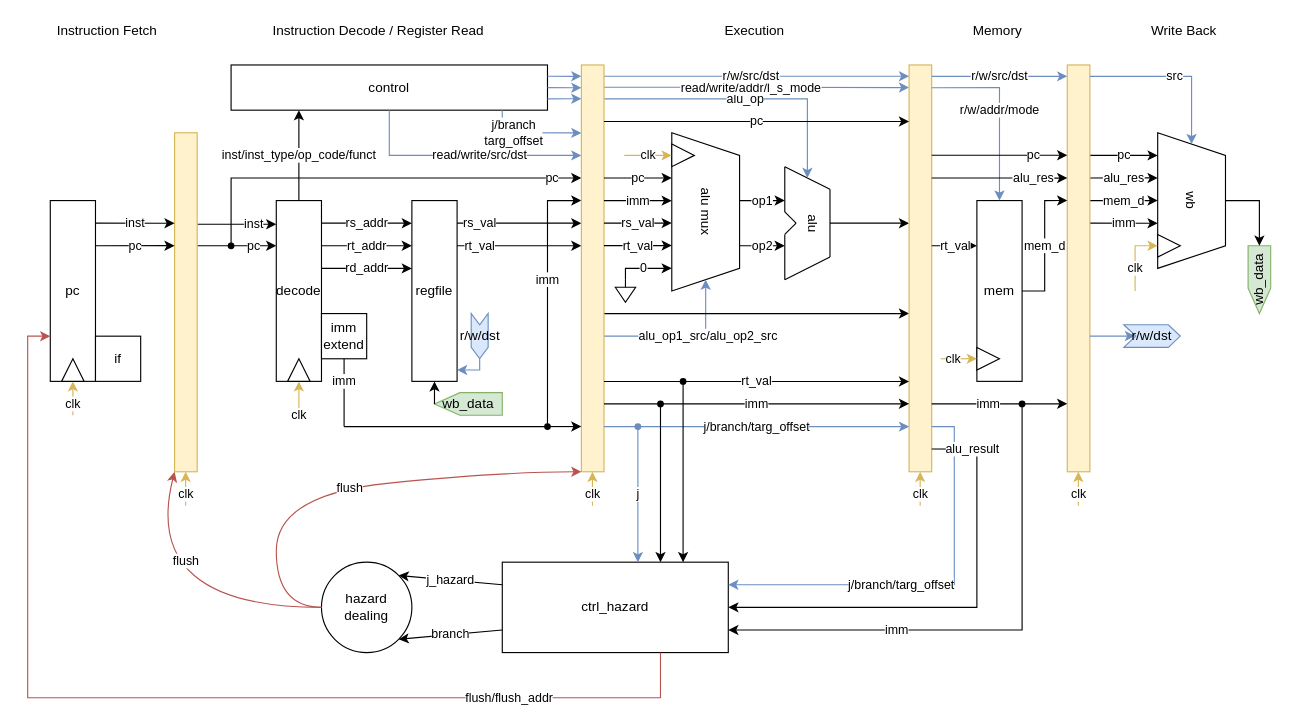
Earlier version of the draw.io diagram assets/PipelineCtrlHazard.drawio (junyang-zh/HeliumCPUv2-MIPS32). Source tidied: cells renumbered, new cells numbered last; positions are measured from the earlier drawing's top-left corner, leaving out a move shared by most shapes. Both pictures are drawn from the tidied source at 113%, with x=0, y=0 at pixel (27, 19).
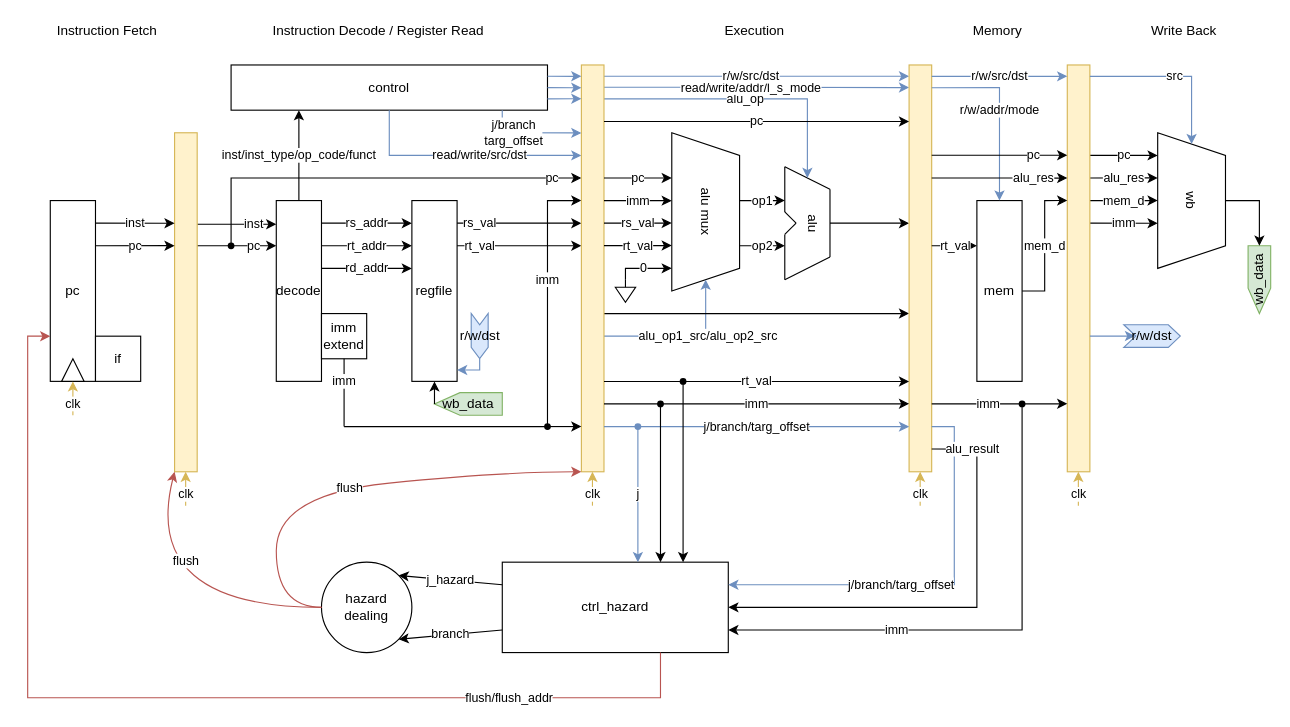
After the change.

Commit message (it also covers changes not shown here):
upd pipeline figure

The edit, as a diff of the source:
```diff
@@
-    <mxCell id="57" style="triangle;whiteSpace=wrap;html=1;rotation=-90;" parent="1" vertex="1">
-      <mxGeometry x="230" y="300" width="20" height="20" as="geometry" />
-    </mxCell>
-    <mxCell id="58" style="triangle;whiteSpace=wrap;html=1;rotation=0;" parent="1" vertex="1">
-      <mxGeometry x="840" y="290" width="20" height="20" as="geometry" />
-    </mxCell>
-    <mxCell id="59" style="triangle;whiteSpace=wrap;html=1;rotation=0;" parent="1" vertex="1">
-      <mxGeometry x="570" y="110" width="20" height="20" as="geometry" />
-    </mxCell>
@@
-    <mxCell id="61" style="triangle;whiteSpace=wrap;html=1;rotation=0;" parent="1" vertex="1">
-      <mxGeometry x="1000" y="190" width="20" height="20" as="geometry" />
-    </mxCell>
-    <mxCell id="62" value="clk" style="endArrow=classic;html=1;rounded=0;fillColor=#fff2cc;strokeColor=#d6b656;entryX=0;entryY=0.5;entryDx=0;entryDy=0;" parent="1" edge="1" target="57">
-      <mxGeometry x="-1" relative="1" as="geometry">
-        <mxPoint x="240" y="350" as="sourcePoint" />
-      </mxGeometry>
-    </mxCell>
-    <mxCell id="63" value="clk" style="endArrow=classic;html=1;rounded=0;fillColor=#fff2cc;strokeColor=#d6b656;entryX=0;entryY=0.5;entryDx=0;entryDy=0;" parent="1" edge="1" target="59">
-      <mxGeometry relative="1" as="geometry">
-        <mxPoint x="528" y="120" as="sourcePoint" />
-      </mxGeometry>
-    </mxCell>
-    <mxCell id="64" value="clk" style="endArrow=classic;html=1;rounded=0;fillColor=#fff2cc;strokeColor=#d6b656;entryX=0;entryY=0.5;entryDx=0;entryDy=0;" parent="1" edge="1" target="58">
-      <mxGeometry x="-0.33" relative="1" as="geometry">
-        <mxPoint x="808" y="300" as="sourcePoint" />
-      </mxGeometry>
-    </mxCell>
-    <mxCell id="65" value="clk" style="endArrow=classic;html=1;rounded=0;fillColor=#fff2cc;strokeColor=#d6b656;entryX=0;entryY=0.5;entryDx=0;entryDy=0;" parent="1" edge="1" target="61">
-      <mxGeometry x="-0.33" relative="1" as="geometry">
-        <mxPoint x="980" y="240" as="sourcePoint" />
-        <Array as="points">
-          <mxPoint x="980" y="200" />
-        </Array>
-      </mxGeometry>
-    </mxCell>
```
